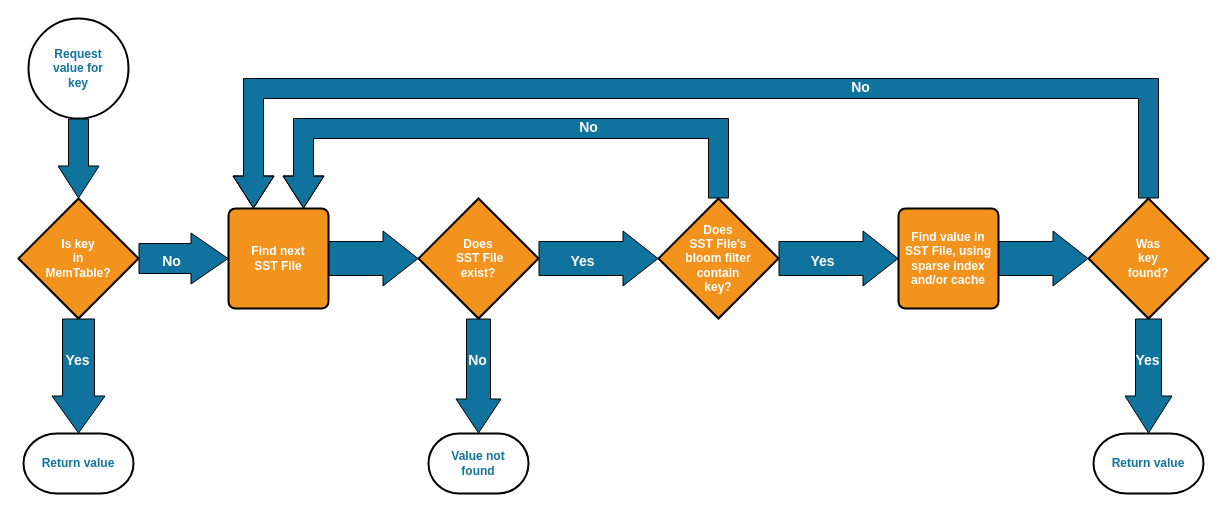
The draw.io diagram page "Reads" (2 of 5) of docs/lsm.drawio in justinethier/keyva, before the edit. Source tidied: cells renumbered, new cells numbered last; positions are measured from the earlier drawing's top-left corner, leaving out a move shared by most shapes. Both pictures are drawn from the tidied source at 100%, with x=0, y=0 at pixel (18, 18).
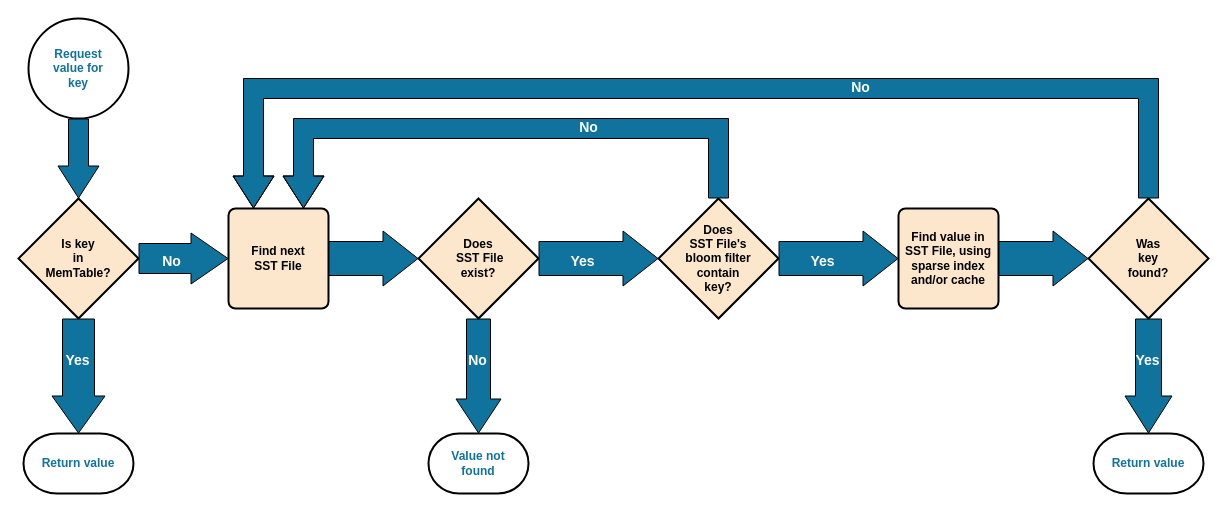
Above is the later version.

Commit message (it also covers changes not shown here):
Updated "reads" flowchart

What changed in the source:
```diff
@@
-    <mxCell id="3" value="&lt;div&gt;Is key&lt;/div&gt;&lt;div&gt;in &lt;br&gt;&lt;/div&gt;&lt;div&gt;MemTable?&lt;br&gt;&lt;/div&gt;" style="strokeWidth=2;html=1;shape=mxgraph.flowchart.decision;whiteSpace=wrap;fontColor=#FFFFFF;fontStyle=1;fillColor=#F2931E;" parent="1" vertex="1">
+    <mxCell id="3" value="&lt;div&gt;Is key&lt;/div&gt;&lt;div&gt;in &lt;br&gt;&lt;/div&gt;&lt;div&gt;MemTable?&lt;br&gt;&lt;/div&gt;" style="strokeWidth=2;html=1;shape=mxgraph.flowchart.decision;whiteSpace=wrap;fontColor=#000000;fontStyle=1;fillColor=#FCE7CD;" parent="1" vertex="1">
       <mxGeometry y="180" width="120" height="120" as="geometry" />
     </mxCell>
@@
-    <mxCell id="7" value="&lt;div&gt;Does&lt;/div&gt;&lt;div&gt;SST File's&lt;/div&gt;&lt;div&gt;bloom filter&lt;/div&gt;&lt;div&gt;contain&lt;/div&gt;&lt;div&gt;key?&lt;br&gt;&lt;/div&gt;" style="strokeWidth=2;html=1;shape=mxgraph.flowchart.decision;whiteSpace=wrap;fontColor=#FFFFFF;fontStyle=1;fillColor=#F2931E;" parent="1" vertex="1">
+    <mxCell id="7" value="&lt;div&gt;Does&lt;/div&gt;&lt;div&gt;SST File's&lt;/div&gt;&lt;div&gt;bloom filter&lt;/div&gt;&lt;div&gt;contain&lt;/div&gt;&lt;div&gt;key?&lt;br&gt;&lt;/div&gt;" style="strokeWidth=2;html=1;shape=mxgraph.flowchart.decision;whiteSpace=wrap;fontColor=#000000;fontStyle=1;fillColor=#FCE7CD;" parent="1" vertex="1">
       <mxGeometry x="640" y="180" width="120" height="120" as="geometry" />
     </mxCell>
@@
-    <mxCell id="9" value="Find value in SST File, using sparse index&lt;div&gt;and/or cache&lt;br&gt;&lt;/div&gt;" style="rounded=1;whiteSpace=wrap;html=1;absoluteArcSize=1;arcSize=14;strokeWidth=2;fillColor=#F2931E;fontColor=#FFFFFF;fontStyle=1;" parent="1" vertex="1">
+    <mxCell id="9" value="Find value in SST File, using sparse index&lt;div&gt;and/or cache&lt;br&gt;&lt;/div&gt;" style="rounded=1;whiteSpace=wrap;html=1;absoluteArcSize=1;arcSize=14;strokeWidth=2;fillColor=#FCE7CD;fontColor=#000000;fontStyle=1;" parent="1" vertex="1">
       <mxGeometry x="880" y="190" width="100" height="100" as="geometry" />
     </mxCell>
-    <mxCell id="10" value="&lt;div&gt;Was&lt;/div&gt;&lt;div&gt;key&lt;/div&gt;&lt;div&gt;found?&lt;br&gt;&lt;/div&gt;" style="strokeWidth=2;html=1;shape=mxgraph.flowchart.decision;whiteSpace=wrap;fontColor=#FFFFFF;fontStyle=1;fillColor=#F2931E;" parent="1" vertex="1">
+    <mxCell id="10" value="&lt;div&gt;Was&lt;/div&gt;&lt;div&gt;key&lt;/div&gt;&lt;div&gt;found?&lt;br&gt;&lt;/div&gt;" style="strokeWidth=2;html=1;shape=mxgraph.flowchart.decision;whiteSpace=wrap;fontColor=#000000;fontStyle=1;fillColor=#FCE7CD;" parent="1" vertex="1">
       <mxGeometry x="1070" y="180" width="120" height="120" as="geometry" />
     </mxCell>
@@
-    <mxCell id="15" value="&lt;div&gt;Does&lt;/div&gt;&lt;div&gt;&amp;nbsp;SST File &lt;br&gt;&lt;/div&gt;&lt;div&gt;exist?&lt;br&gt;&lt;/div&gt;" style="strokeWidth=2;html=1;shape=mxgraph.flowchart.decision;whiteSpace=wrap;labelBackgroundColor=none;fontSize=12;fontColor=#FFFFFF;fontStyle=1;fillColor=#F2931E;" parent="1" vertex="1">
+    <mxCell id="15" value="&lt;div&gt;Does&lt;/div&gt;&lt;div&gt;&amp;nbsp;SST File &lt;br&gt;&lt;/div&gt;&lt;div&gt;exist?&lt;br&gt;&lt;/div&gt;" style="strokeWidth=2;html=1;shape=mxgraph.flowchart.decision;whiteSpace=wrap;labelBackgroundColor=none;fontSize=12;fontColor=#000000;fontStyle=1;fillColor=#FCE7CD;" parent="1" vertex="1">
       <mxGeometry x="400" y="180" width="120" height="120" as="geometry" />
     </mxCell>
@@
-    <mxCell id="28" value="&lt;div&gt;Find next &lt;br&gt;&lt;/div&gt;&lt;div&gt;SST File&lt;/div&gt;" style="rounded=1;whiteSpace=wrap;html=1;absoluteArcSize=1;arcSize=14;strokeWidth=2;fillColor=#F2931E;fontColor=#FFFFFF;fontStyle=1;" parent="1" vertex="1">
+    <mxCell id="28" value="&lt;div&gt;Find next &lt;br&gt;&lt;/div&gt;&lt;div&gt;SST File&lt;/div&gt;" style="rounded=1;whiteSpace=wrap;html=1;absoluteArcSize=1;arcSize=14;strokeWidth=2;fillColor=#FCE7CD;fontColor=#000000;fontStyle=1;" parent="1" vertex="1">
       <mxGeometry x="210" y="190" width="100" height="100" as="geometry" />
     </mxCell>
```
